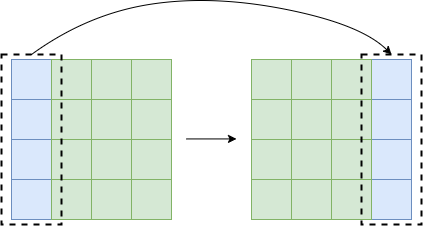
The draw.io diagram thesis/ch3/移位示意图.drawio.png in guxdong/imgrepo, before a commit. Source tidied: cells renumbered, new cells last; positions are measured from the earlier drawing's top-left corner, leaving out a move shared by most shapes.
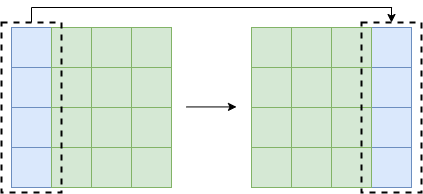
Above is the later version.

Commit message:
更新移位示意图.drawio.png

Change to the diagram source:
```diff
@@ -110,14 +110,21 @@
     <mxCell id="36" style="rounded=0;whiteSpace=wrap;html=1;fillColor=none;dashed=1;strokeWidth=2;strokeColor=#000000;" parent="1" vertex="1">
       <mxGeometry x="360" y="60" width="60" height="170" as="geometry" />
     </mxCell>
-    <mxCell id="37" style="curved=1;endArrow=classic;html=1;rounded=0;entryX=0.5;entryY=0;entryDx=0;entryDy=0;exitX=0.5;exitY=0;exitDx=0;exitDy=0;" parent="1" edge="1" source="35" target="36">
-      <mxGeometry relative="1" as="geometry">
-        <Array as="points">
-          <mxPoint x="85" y="20" />
-          <mxPoint x="210" />
-          <mxPoint x="360" y="30" />
-        </Array>
-      </mxGeometry>
-    </mxCell>
+    <mxCell id="38" style="endArrow=none;html=1;rounded=0;entryX=0.5;entryY=0;entryDx=0;entryDy=0;" parent="1" edge="1" target="35">
+      <mxGeometry relative="1" as="geometry">
+        <mxPoint x="30" y="45" as="sourcePoint" />
+      </mxGeometry>
+    </mxCell>
+    <mxCell id="39" style="endArrow=none;html=1;rounded=0;" parent="1" edge="1">
+      <mxGeometry relative="1" as="geometry">
+        <mxPoint x="30" y="45" as="sourcePoint" />
+        <mxPoint x="390.6" y="45" as="targetPoint" />
+      </mxGeometry>
+    </mxCell>
+    <mxCell id="40" style="endArrow=classic;html=1;rounded=0;entryX=0.5;entryY=0;entryDx=0;entryDy=0;" parent="1" edge="1" target="36">
+      <mxGeometry relative="1" as="geometry">
+        <mxPoint x="390" y="45" as="sourcePoint" />
+      </mxGeometry>
+    </mxCell>
   </root>
 </mxGraphModel>
```
